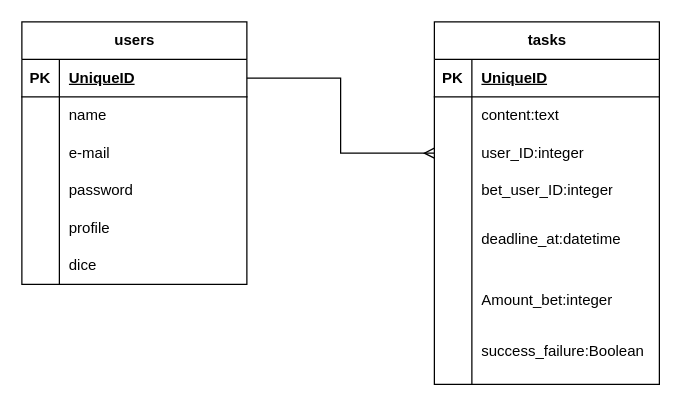
The draw.io diagram .vscode/task.drawio in kumagaijirou/sample_app2, before the edit. Source tidied: cells renumbered, new cells numbered last; positions are measured from the earlier drawing's top-left corner, leaving out a move shared by most shapes. Both pictures are drawn from the tidied source at 125%, with x=0, y=0 at pixel (21, 21).
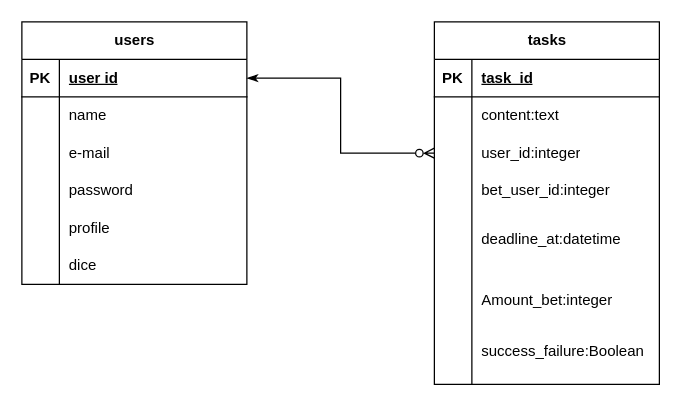
The same page after the edit.

Commit message (it also covers changes not shown here):
task.drawio を更新します

Unchanged cells that the change refers to:
```xml
<mxCell id="2" value="users" style="shape=table;startSize=30;childLayout=tableLayout;rowLines=0;fontStyle=1;align=center;html=1;" parent="1" vertex="1">
  <mxGeometry width="180" height="210" as="geometry" />
</mxCell>
<mxCell id="22" style="shape=tableRow;horizontal=0;startSize=0;swimlaneHead=0;swimlaneBody=0;fillColor=none;top=0;left=0;right=0;bottom=1;" parent="21" vertex="1">
  <mxGeometry y="30" width="180" height="30" as="geometry" />
</mxCell>
<mxCell id="28" style="shape=tableRow;horizontal=0;startSize=0;swimlaneHead=0;swimlaneBody=0;fillColor=none;points=[[0,0.5],[1,0.5]];portConstraint=eastwest;top=0;left=0;right=0;bottom=0;" parent="21" vertex="1">
  <mxGeometry y="90" width="180" height="30" as="geometry" />
</mxCell>
<mxCell id="31" style="shape=tableRow;horizontal=0;startSize=0;swimlaneHead=0;swimlaneBody=0;fillColor=none;top=0;left=0;right=0;bottom=0;" parent="21" vertex="1">
  <mxGeometry y="120" width="180" height="30" as="geometry" />
</mxCell>
```

The edit, as a diff of the source:
```diff
@@
-    <mxCell id="3" style="shape=tableRow;horizontal=0;startSize=0;swimlaneHead=0;swimlaneBody=0;fillColor=none;points=[[0,0.5],[1,0.5]];portConstraint=eastwest;top=0;left=0;right=0;bottom=1;" parent="2" vertex="1">
+    <mxCell id="3" style="shape=tableRow;horizontal=0;startSize=0;swimlaneHead=0;swimlaneBody=0;fillColor=none;points=[[0,0.5],[1,0.5]];portConstraint=eastwest;top=0;left=0;right=0;bottom=1;strokeColor=default;" parent="2" vertex="1">
       <mxGeometry y="30" width="180" height="30" as="geometry" />
     </mxCell>
@@
-    <mxCell id="5" value="UniqueID" style="shape=partialRectangle;fillColor=none;top=0;left=0;bottom=0;right=0;align=left;spacingLeft=6;fontStyle=5;overflow=hidden;whiteSpace=wrap;html=1;" parent="3" vertex="1">
+    <mxCell id="5" value="user id" style="shape=partialRectangle;fillColor=none;top=0;left=0;bottom=0;right=0;align=left;spacingLeft=6;fontStyle=5;overflow=hidden;whiteSpace=wrap;html=1;" parent="3" vertex="1">
       <mxGeometry x="30" width="150" height="30" as="geometry" />
     </mxCell>
@@
-    <mxCell id="24" value="UniqueID" style="shape=partialRectangle;fillColor=none;top=0;left=0;bottom=0;right=0;align=left;spacingLeft=6;fontStyle=5;overflow=hidden;whiteSpace=wrap;html=1;" parent="22" vertex="1">
+    <mxCell id="24" value="task_id" style="shape=partialRectangle;fillColor=none;top=0;left=0;bottom=0;right=0;align=left;spacingLeft=6;fontStyle=5;overflow=hidden;whiteSpace=wrap;html=1;" parent="22" vertex="1">
       <mxGeometry x="30" width="150" height="30" as="geometry" />
     </mxCell>
@@
-    <mxCell id="30" value="user_ID:integer" style="shape=partialRectangle;fillColor=none;top=0;left=0;bottom=0;right=0;align=left;spacingLeft=6;overflow=hidden;whiteSpace=wrap;html=1;" parent="28" vertex="1">
+    <mxCell id="30" value="user_id:integer" style="shape=partialRectangle;fillColor=none;top=0;left=0;bottom=0;right=0;align=left;spacingLeft=6;overflow=hidden;whiteSpace=wrap;html=1;" parent="28" vertex="1">
       <mxGeometry x="30" width="150" height="30" as="geometry" />
     </mxCell>
@@
-    <mxCell id="33" value="bet_user_ID:integer" style="shape=partialRectangle;fillColor=none;top=0;left=0;bottom=0;right=0;align=left;spacingLeft=6;overflow=hidden;whiteSpace=wrap;html=1;" parent="31" vertex="1">
+    <mxCell id="33" value="bet_user_id:integer" style="shape=partialRectangle;fillColor=none;top=0;left=0;bottom=0;right=0;align=left;spacingLeft=6;overflow=hidden;whiteSpace=wrap;html=1;" parent="31" vertex="1">
       <mxGeometry x="30" width="150" height="30" as="geometry" />
     </mxCell>
@@
-    <mxCell id="43" style="edgeStyle=orthogonalEdgeStyle;rounded=0;jettySize=auto;html=1;exitX=1;exitY=0.5;exitDx=0;exitDy=0;entryX=0;entryY=0.5;entryDx=0;entryDy=0;endArrow=ERmany;endFill=0;" parent="1" edge="1" source="3" target="28">
+    <mxCell id="43" style="edgeStyle=orthogonalEdgeStyle;rounded=0;jettySize=auto;html=1;exitX=1;exitY=0.5;exitDx=0;exitDy=0;entryX=0;entryY=0.5;entryDx=0;entryDy=0;endArrow=ERzeroToMany;endFill=0;startArrow=classicThin;startFill=1;" parent="1" edge="1" source="3" target="28">
       <mxGeometry relative="1" as="geometry" />
     </mxCell>
```
